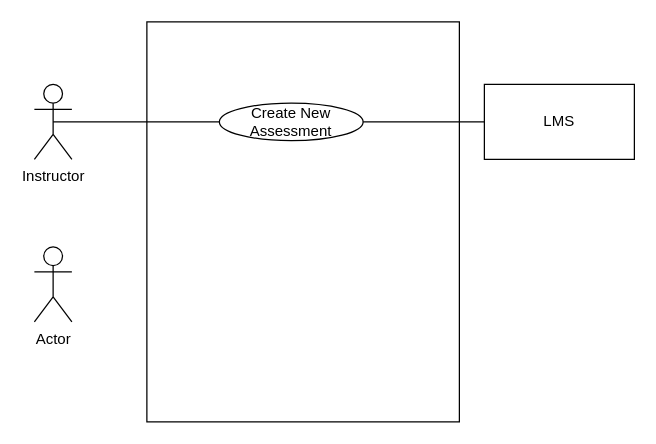
Before: domain_model_Workshop_2.drawio in antonykimuom/SWEN30006-2025-SM1-workshop1-tuew05-14-00-team-12, a draw.io diagram. Source tidied: cells renumbered, new cells numbered last; positions are measured from the earlier drawing's top-left corner, leaving out a move shared by most shapes. Both pictures are drawn from the tidied source at 125%, with x=0, y=0 at pixel (34, 21).
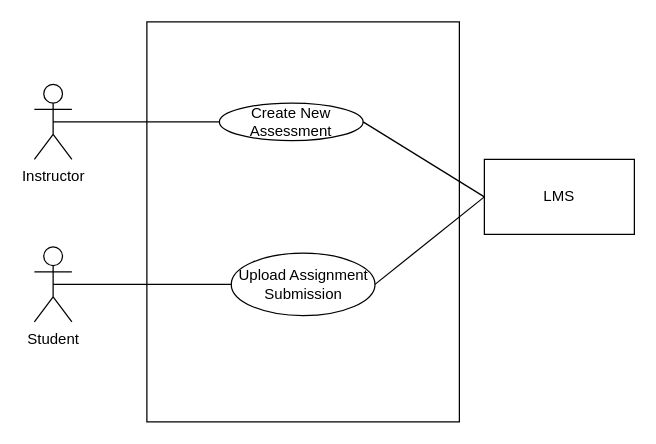
The same diagram, later.

What changed in the source:
```diff
@@
 <mxGraphModel>
   <root>
     <mxCell id="0" />
     <mxCell id="1" parent="0" />
     <mxCell id="2" style="rounded=0;whiteSpace=wrap;html=1;" parent="1" vertex="1">
       <mxGeometry x="90" width="250" height="320" as="geometry" />
     </mxCell>
     <mxCell id="3" value="Instructor" style="shape=umlActor;verticalLabelPosition=bottom;verticalAlign=top;html=1;outlineConnect=0;" parent="1" vertex="1">
       <mxGeometry y="50" width="30" height="60" as="geometry" />
     </mxCell>
-    <mxCell id="4" value="Actor" style="shape=umlActor;verticalLabelPosition=bottom;verticalAlign=top;html=1;outlineConnect=0;" parent="1" vertex="1">
+    <mxCell id="4" value="Student" style="shape=umlActor;verticalLabelPosition=bottom;verticalAlign=top;html=1;outlineConnect=0;" parent="1" vertex="1">
       <mxGeometry y="180" width="30" height="60" as="geometry" />
     </mxCell>
     <mxCell id="5" value="LMS" style="rounded=0;whiteSpace=wrap;html=1;" parent="1" vertex="1">
-      <mxGeometry x="360" y="50" width="120" height="60" as="geometry" />
+      <mxGeometry x="360" y="110" width="120" height="60" as="geometry" />
     </mxCell>
     <mxCell id="6" value="Create New Assessment" style="ellipse;whiteSpace=wrap;html=1;" parent="1" vertex="1">
       <mxGeometry x="148" y="65" width="115" height="30" as="geometry" />
     </mxCell>
     <mxCell id="7" style="endArrow=none;html=1;rounded=0;exitX=0.5;exitY=0.5;exitDx=0;exitDy=0;exitPerimeter=0;entryX=0;entryY=0.5;entryDx=0;entryDy=0;" parent="1" edge="1" source="3" target="6">
       <mxGeometry relative="1" as="geometry" />
     </mxCell>
     <mxCell id="8" style="endArrow=none;html=1;rounded=0;exitX=0;exitY=0.5;exitDx=0;exitDy=0;entryX=1;entryY=0.5;entryDx=0;entryDy=0;" parent="1" edge="1" source="5" target="6">
       <mxGeometry relative="1" as="geometry" />
     </mxCell>
+    <mxCell id="9" value="Upload Assignment Submission" style="ellipse;whiteSpace=wrap;html=1;" parent="1" vertex="1">
+      <mxGeometry x="157.5" y="185" width="115" height="50" as="geometry" />
+    </mxCell>
+    <mxCell id="10" style="endArrow=none;html=1;rounded=0;exitX=0.5;exitY=0.5;exitDx=0;exitDy=0;exitPerimeter=0;entryX=0;entryY=0.5;entryDx=0;entryDy=0;" parent="1" edge="1" source="4" target="9">
+      <mxGeometry relative="1" as="geometry" />
+    </mxCell>
+    <mxCell id="11" style="endArrow=none;html=1;rounded=0;entryX=1;entryY=0.5;entryDx=0;entryDy=0;exitX=0;exitY=0.5;exitDx=0;exitDy=0;" parent="1" edge="1" source="5" target="9">
+      <mxGeometry relative="1" as="geometry" />
+    </mxCell>
   </root>
 </mxGraphModel>
```
